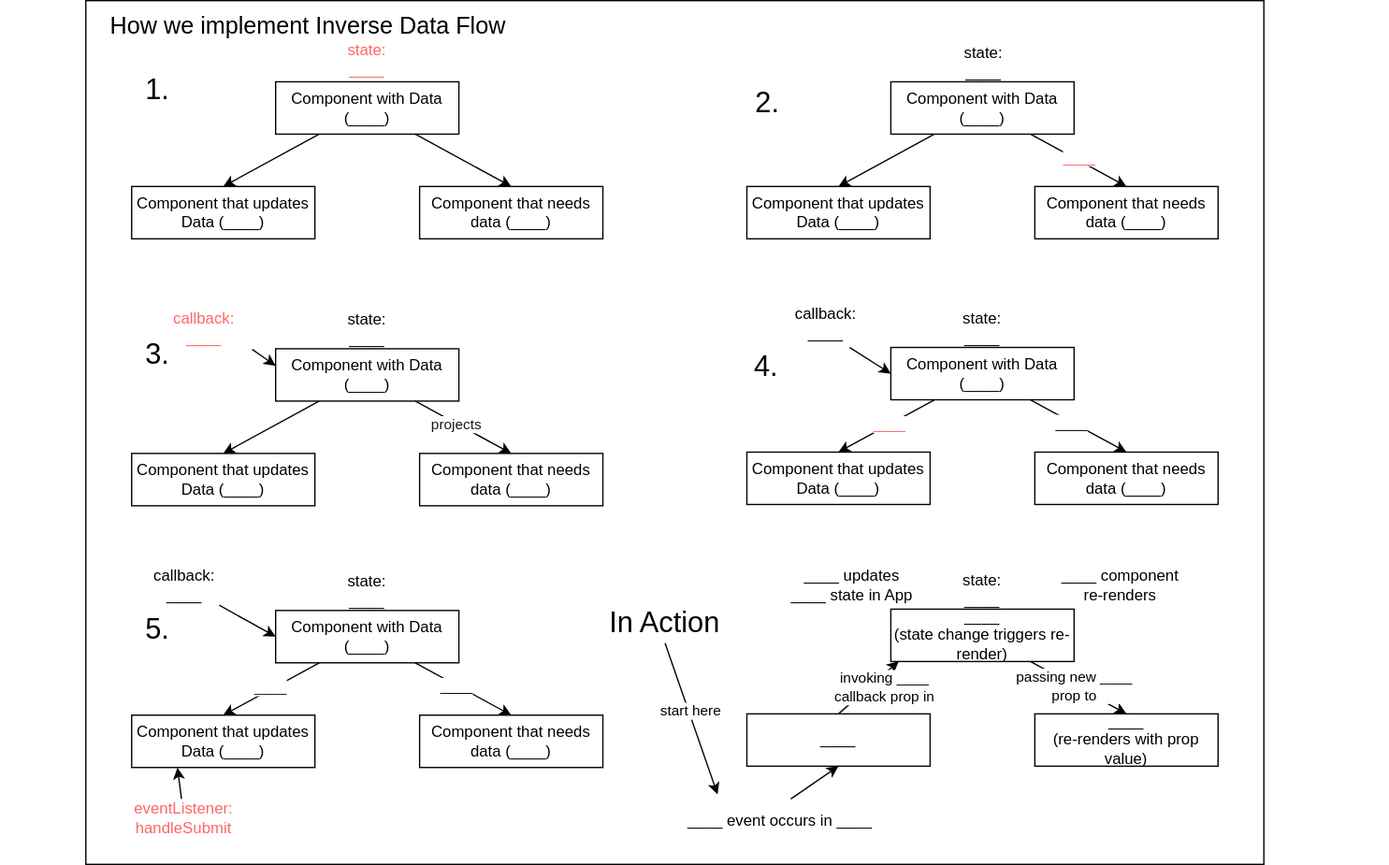
Above: 03_information_flow/assets/react-inverse-data-flow-template.drawio.svg in learn-co-students/SENG-LIVE-082922-phase-2-react (draw.io), before the change. Source tidied: cells renumbered, new cells last; positions are measured from the earlier drawing's top-left corner, leaving out a move shared by most shapes.
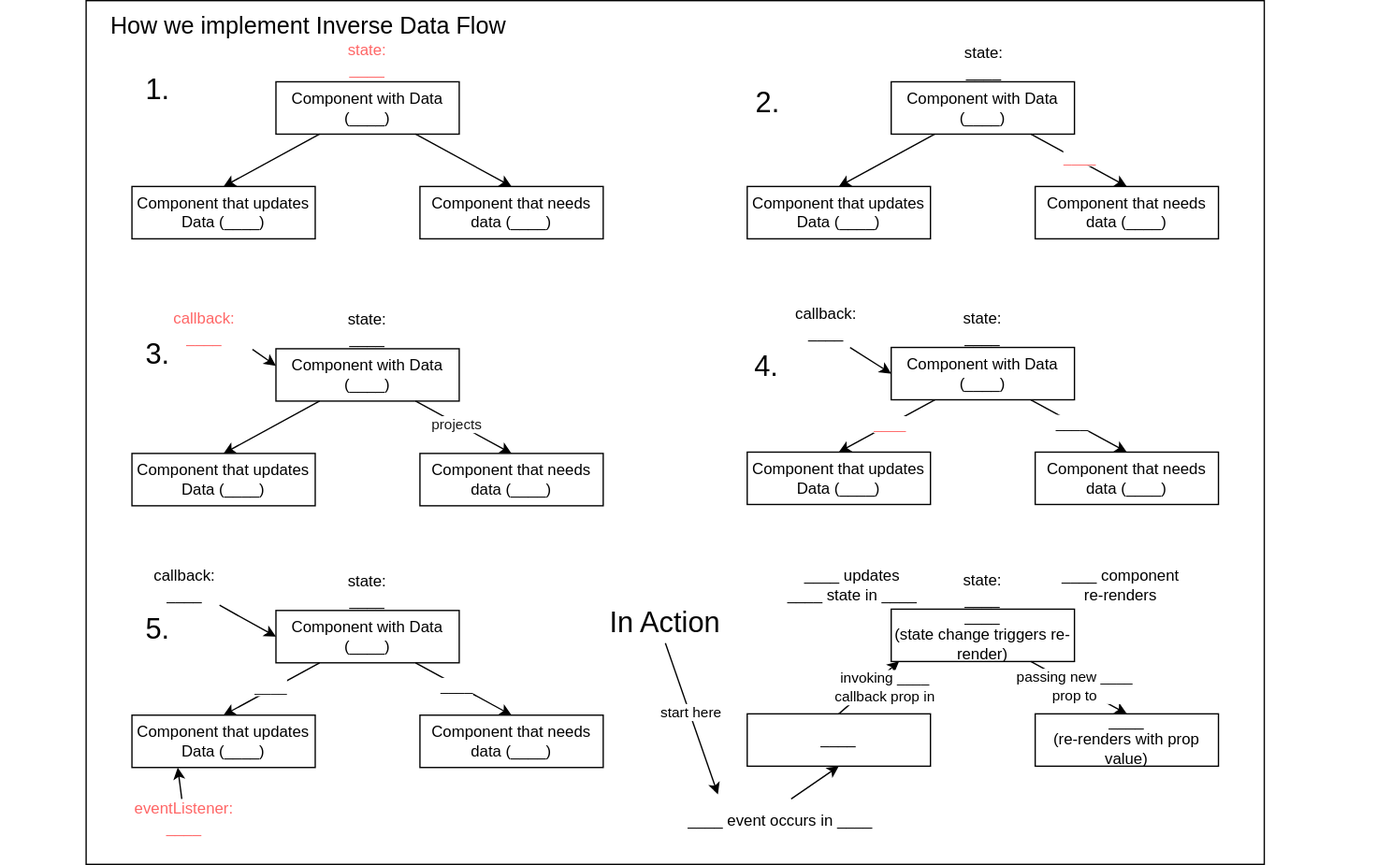
Later version of the same file.

Commit message:
update inverse data flow template diagram

Change to the diagram source:
```diff
@@ -14,7 +14,7 @@
     <mxCell id="5" style="edgeStyle=none;html=1;fontColor=#FF6666;entryX=0.25;entryY=1;entryDx=0;entryDy=0;" parent="1" edge="1" source="6" target="61">
       <mxGeometry relative="1" as="geometry" />
     </mxCell>
-    <mxCell id="6" value="eventListener:&lt;br&gt;handleSubmit" style="text;html=1;strokeColor=none;fillColor=none;align=center;verticalAlign=middle;whiteSpace=wrap;rounded=0;fontColor=#FF6666;" parent="1" vertex="1">
+    <mxCell id="6" value="eventListener:&lt;br&gt;____" style="text;html=1;strokeColor=none;fillColor=none;align=center;verticalAlign=middle;whiteSpace=wrap;rounded=0;fontColor=#FF6666;" parent="1" vertex="1">
       <mxGeometry x="70" y="610" width="140" height="30" as="geometry" />
     </mxCell>
     <mxCell id="7" value="&lt;span style=&quot;font-size: 18px&quot;&gt;How we implement Inverse Data Flow&lt;/span&gt;" style="text;html=1;strokeColor=none;fillColor=none;align=center;verticalAlign=middle;whiteSpace=wrap;rounded=0;fontColor=#000000;" parent="1" vertex="1">
@@ -255,7 +255,7 @@
     <mxCell id="80" style="edgeStyle=none;html=1;" parent="70" edge="1" source="72" target="79">
       <mxGeometry relative="1" as="geometry" />
     </mxCell>
-    <mxCell id="81" value="____ updates&lt;br&gt;____ state in App" style="text;html=1;align=center;verticalAlign=middle;strokeColor=none;fillColor=none;" parent="70" vertex="1">
+    <mxCell id="81" value="____ updates&lt;br&gt;____ state in ____" style="text;html=1;align=center;verticalAlign=middle;strokeColor=none;fillColor=none;" parent="70" vertex="1">
       <mxGeometry x="95" y="-3" width="110" height="30" as="geometry" />
     </mxCell>
     <mxCell id="82" value="____ event occurs in ____" style="text;html=1;align=center;verticalAlign=middle;points=[];strokeColor=none;fillColor=none;" parent="70" vertex="1">
```
